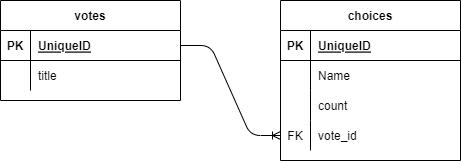
Earlier version of the draw.io export document/vote.drawio.png (MasayaNishijima/sample-app). Source tidied: cells renumbered, new cells last; positions are measured from the earlier drawing's top-left corner, leaving out a move shared by most shapes.
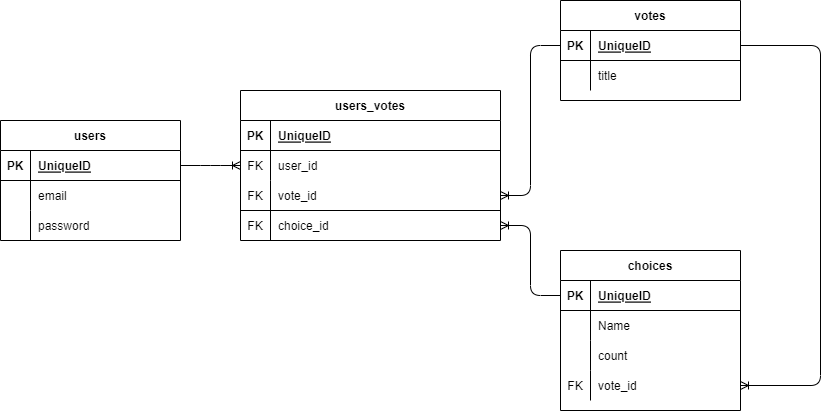
Later version of the same file.

Commit message:
doc: #5 ユーザと投票の連携を示すER図作成

Diff of the diagram source:
```diff
@@ -3,7 +3,7 @@
     <mxCell id="0" />
     <mxCell id="1" parent="0" />
     <mxCell id="2" value="votes" style="shape=table;startSize=30;rowLines=0;fontStyle=1;align=center;" parent="1" vertex="1">
-      <mxGeometry width="180" height="100" as="geometry" />
+      <mxGeometry x="450" y="-80" width="180" height="100" as="geometry" />
     </mxCell>
     <mxCell id="3" style="shape=partialRectangle;fillColor=none;top=0;left=0;bottom=1;right=0;points=[[0,0.5],[1,0.5]];portConstraint=eastwest;" parent="2" vertex="1">
       <mxGeometry y="30" width="180" height="30" as="geometry" />
@@ -24,7 +24,7 @@
       <mxGeometry x="30" width="150" height="30" as="geometry" />
     </mxCell>
     <mxCell id="9" value="choices" style="shape=table;startSize=30;rowLines=0;fontStyle=1;align=center;" parent="1" vertex="1">
-      <mxGeometry x="280" width="180" height="160" as="geometry" />
+      <mxGeometry x="450" y="170" width="180" height="160" as="geometry" />
     </mxCell>
     <mxCell id="10" style="shape=partialRectangle;fillColor=none;top=0;left=0;bottom=1;right=0;points=[[0,0.5],[1,0.5]];portConstraint=eastwest;" parent="9" vertex="1">
       <mxGeometry y="30" width="180" height="30" as="geometry" />
@@ -62,8 +62,99 @@
     <mxCell id="21" value="vote_id" style="shape=partialRectangle;fillColor=none;top=0;left=0;bottom=0;right=0;align=left;spacingLeft=6;overflow=hidden;" parent="19" vertex="1">
       <mxGeometry x="30" width="150" height="30" as="geometry" />
     </mxCell>
-    <mxCell id="22" style="edgeStyle=entityRelationEdgeStyle;fontSize=12;html=1;endArrow=ERoneToMany;exitX=1;exitY=0.5;exitDx=0;exitDy=0;" parent="1" edge="1" source="3" target="19">
-      <mxGeometry relative="1" as="geometry" />
+    <mxCell id="22" style="edgeStyle=elbowEdgeStyle;fontSize=12;html=1;endArrow=ERoneToMany;exitX=1;exitY=0.5;exitDx=0;exitDy=0;entryX=1;entryY=0.5;entryDx=0;entryDy=0;" parent="1" edge="1" source="3" target="19">
+      <mxGeometry relative="1" as="geometry">
+        <Array as="points">
+          <mxPoint x="710" y="120" />
+        </Array>
+      </mxGeometry>
     </mxCell>
+    <mxCell id="23" value="users" style="shape=table;startSize=30;rowLines=0;fontStyle=1;align=center;" parent="1" vertex="1">
+      <mxGeometry x="-110" y="40" width="180" height="120" as="geometry" />
+    </mxCell>
+    <mxCell id="24" style="shape=tableRow;horizontal=0;startSize=0;swimlaneHead=0;swimlaneBody=0;fillColor=none;points=[[0,0.5],[1,0.5]];portConstraint=eastwest;top=0;left=0;right=0;bottom=1;" parent="23" vertex="1">
+      <mxGeometry y="30" width="180" height="30" as="geometry" />
+    </mxCell>
+    <mxCell id="25" value="PK" style="shape=partialRectangle;fillColor=none;top=0;left=0;bottom=0;right=0;fontStyle=1;overflow=hidden;" parent="24" vertex="1">
+      <mxGeometry width="30" height="30" as="geometry" />
+    </mxCell>
+    <mxCell id="26" value="UniqueID" style="shape=partialRectangle;fillColor=none;top=0;left=0;bottom=0;right=0;align=left;spacingLeft=6;fontStyle=5;overflow=hidden;" parent="24" vertex="1">
+      <mxGeometry x="30" width="150" height="30" as="geometry" />
+    </mxCell>
+    <mxCell id="27" style="shape=tableRow;horizontal=0;startSize=0;swimlaneHead=0;swimlaneBody=0;fillColor=none;top=0;left=0;right=0;bottom=0;" parent="23" vertex="1">
+      <mxGeometry y="60" width="180" height="30" as="geometry" />
+    </mxCell>
+    <mxCell id="28" style="shape=partialRectangle;fillColor=none;top=0;left=0;bottom=0;right=0;overflow=hidden;" parent="27" vertex="1">
+      <mxGeometry width="30" height="30" as="geometry" />
+    </mxCell>
+    <mxCell id="29" value="email" style="shape=partialRectangle;fillColor=none;top=0;left=0;bottom=0;right=0;align=left;spacingLeft=6;overflow=hidden;" parent="27" vertex="1">
+      <mxGeometry x="30" width="150" height="30" as="geometry" />
+    </mxCell>
+    <mxCell id="30" style="shape=tableRow;horizontal=0;startSize=0;swimlaneHead=0;swimlaneBody=0;fillColor=none;top=0;left=0;right=0;bottom=0;" parent="23" vertex="1">
+      <mxGeometry y="90" width="180" height="30" as="geometry" />
+    </mxCell>
+    <mxCell id="31" style="shape=partialRectangle;fillColor=none;top=0;left=0;bottom=0;right=0;overflow=hidden;" parent="30" vertex="1">
+      <mxGeometry width="30" height="30" as="geometry" />
+    </mxCell>
+    <mxCell id="32" value="password" style="shape=partialRectangle;fillColor=none;top=0;left=0;bottom=0;right=0;align=left;spacingLeft=6;overflow=hidden;" parent="30" vertex="1">
+      <mxGeometry x="30" width="150" height="30" as="geometry" />
+    </mxCell>
+    <mxCell id="33" style="edgeStyle=entityRelationEdgeStyle;fontSize=12;html=1;endArrow=ERoneToMany;exitX=1;exitY=0.5;exitDx=0;exitDy=0;entryX=0;entryY=0.5;entryDx=0;entryDy=0;" parent="1" edge="1" source="24" target="41">
+      <mxGeometry relative="1" as="geometry" />
+    </mxCell>
+    <mxCell id="34" style="edgeStyle=entityRelationEdgeStyle;fontSize=12;html=1;endArrow=ERoneToMany;exitX=0;exitY=0.5;exitDx=0;exitDy=0;entryX=1;entryY=0.5;entryDx=0;entryDy=0;" parent="1" edge="1" source="3" target="44">
+      <mxGeometry relative="1" as="geometry" />
+    </mxCell>
+    <mxCell id="35" style="edgeStyle=entityRelationEdgeStyle;fontSize=12;html=1;endArrow=ERoneToMany;exitX=0;exitY=0.5;exitDx=0;exitDy=0;entryX=1;entryY=0.5;entryDx=0;entryDy=0;endFill=0;" parent="1" edge="1" source="10" target="47">
+      <mxGeometry relative="1" as="geometry" />
+    </mxCell>
+    <mxCell id="36" style="group;" parent="1" vertex="1">
+      <mxGeometry x="130" y="10" width="260" height="150" as="geometry" />
+    </mxCell>
+    <mxCell id="37" value="users_votes" style="shape=table;startSize=30;rowLines=0;fontStyle=1;align=center;" parent="36" vertex="1">
+      <mxGeometry width="260" height="150" as="geometry" />
+    </mxCell>
+    <mxCell id="38" style="shape=tableRow;horizontal=0;startSize=0;swimlaneHead=0;swimlaneBody=0;fillColor=none;top=0;left=0;right=0;bottom=1;" parent="37" vertex="1">
+      <mxGeometry y="30" width="260" height="30" as="geometry" />
+    </mxCell>
+    <mxCell id="39" value="PK" style="shape=partialRectangle;fillColor=none;top=0;left=0;bottom=0;right=0;fontStyle=1;overflow=hidden;" parent="38" vertex="1">
+      <mxGeometry width="30" height="30" as="geometry" />
+    </mxCell>
+    <mxCell id="40" value="UniqueID" style="shape=partialRectangle;fillColor=none;top=0;left=0;bottom=0;right=0;align=left;spacingLeft=6;fontStyle=5;overflow=hidden;" parent="38" vertex="1">
+      <mxGeometry x="30" width="230" height="30" as="geometry" />
+    </mxCell>
+    <mxCell id="41" style="shape=tableRow;horizontal=0;startSize=0;swimlaneHead=0;swimlaneBody=0;fillColor=none;points=[[0,0.5],[1,0.5]];portConstraint=eastwest;top=0;left=0;right=0;bottom=0;" parent="37" vertex="1">
+      <mxGeometry y="60" width="260" height="30" as="geometry" />
+    </mxCell>
+    <mxCell id="42" value="FK" style="shape=partialRectangle;fillColor=none;top=0;left=0;bottom=0;right=0;overflow=hidden;" parent="41" vertex="1">
+      <mxGeometry width="30" height="30" as="geometry" />
+    </mxCell>
+    <mxCell id="43" value="user_id" style="shape=partialRectangle;fillColor=none;top=0;left=0;bottom=0;right=0;align=left;spacingLeft=6;overflow=hidden;" parent="41" vertex="1">
+      <mxGeometry x="30" width="230" height="30" as="geometry" />
+    </mxCell>
+    <mxCell id="44" style="shape=tableRow;horizontal=0;startSize=0;swimlaneHead=0;swimlaneBody=0;fillColor=none;points=[[0,0.5],[1,0.5]];portConstraint=eastwest;top=0;left=0;right=0;bottom=0;" parent="37" vertex="1">
+      <mxGeometry y="90" width="260" height="30" as="geometry" />
+    </mxCell>
+    <mxCell id="45" value="FK" style="shape=partialRectangle;fillColor=none;top=0;left=0;bottom=0;right=0;overflow=hidden;" parent="44" vertex="1">
+      <mxGeometry width="30" height="30" as="geometry" />
+    </mxCell>
+    <mxCell id="46" value="vote_id" style="shape=partialRectangle;fillColor=none;top=0;left=0;bottom=0;right=0;align=left;spacingLeft=6;overflow=hidden;" parent="44" vertex="1">
+      <mxGeometry x="30" width="230" height="30" as="geometry" />
+    </mxCell>
+    <mxCell id="47" style="shape=tableRow;horizontal=0;startSize=0;swimlaneHead=0;swimlaneBody=0;fillColor=none;points=[[0,0.5],[1,0.5]];portConstraint=eastwest;top=0;left=0;right=0;bottom=0;" parent="37" vertex="1">
+      <mxGeometry y="120" width="260" height="30" as="geometry" />
+    </mxCell>
+    <mxCell id="48" value="FK" style="shape=partialRectangle;fillColor=none;top=0;left=0;bottom=0;right=0;overflow=hidden;" parent="47" vertex="1">
+      <mxGeometry width="30" height="30" as="geometry" />
+    </mxCell>
+    <mxCell id="49" value="choice_id" style="shape=partialRectangle;fillColor=none;top=0;left=0;bottom=0;right=0;align=left;spacingLeft=6;overflow=hidden;" parent="47" vertex="1">
+      <mxGeometry x="30" width="230" height="30" as="geometry" />
+    </mxCell>
+    <mxCell id="50" style="endArrow=none;html=1;rounded=0;entryX=1;entryY=0;entryDx=0;entryDy=0;entryPerimeter=0;" parent="36" edge="1">
+      <mxGeometry relative="1" as="geometry">
+        <mxPoint y="120" as="sourcePoint" />
+        <mxPoint x="260" y="120" as="targetPoint" />
+      </mxGeometry>
+    </mxCell>
   </root>
 </mxGraphModel>
```
